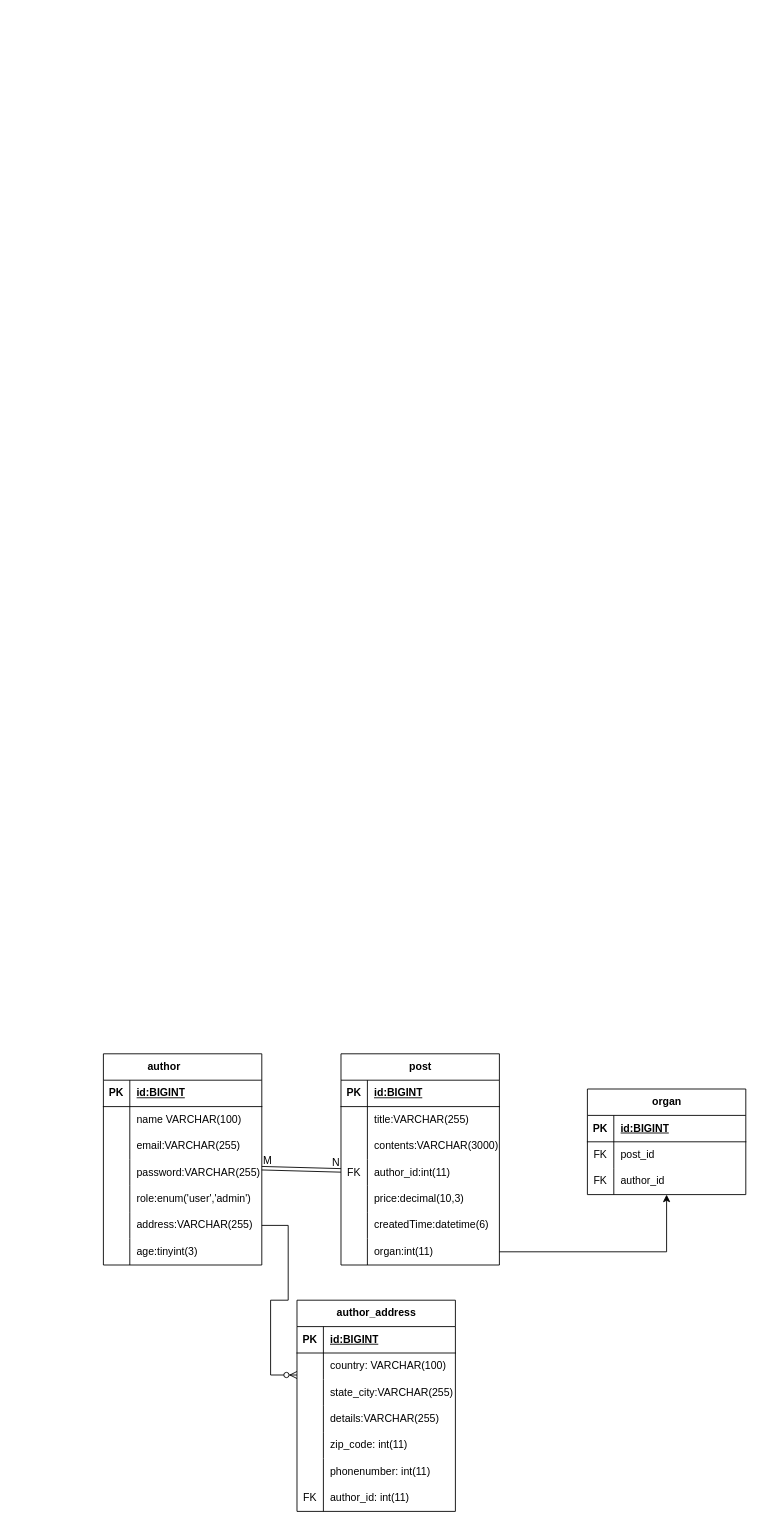
This is basic/erd_board2.drawio from Kimjongwon1/mariaDB_syntax, a draw.io file, before an edit. Source tidied: cells renumbered, new cells numbered last; positions are measured from the earlier drawing's top-left corner, leaving out a move shared by most shapes. Both pictures are drawn from the tidied source at 88%, with x=0, y=0 at pixel (103, 1053).
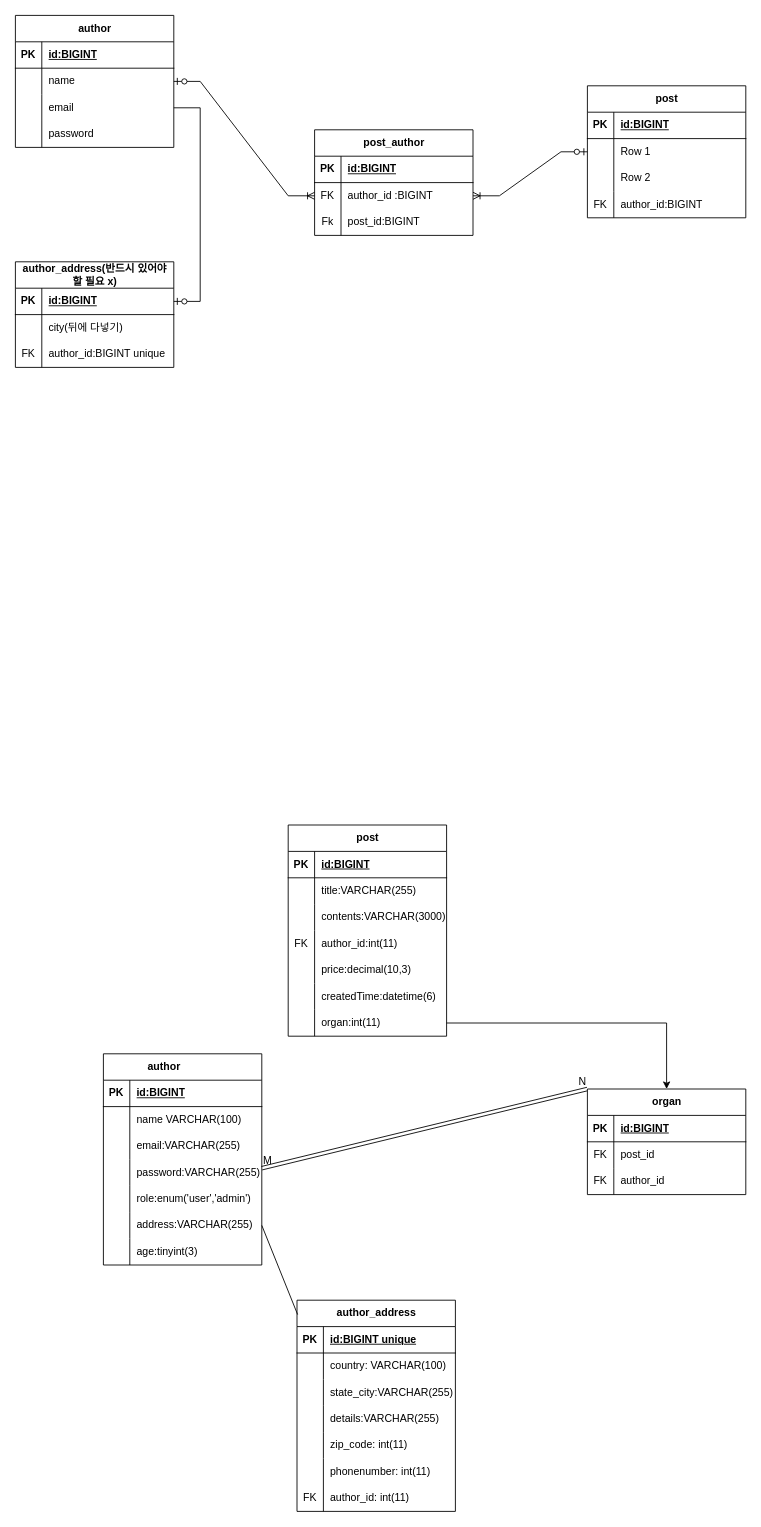
The same diagram, later.

Unchanged cells that the change refers to:
```xml
<mxCell id="18" style="shape=tableRow;horizontal=0;startSize=0;swimlaneHead=0;swimlaneBody=0;fillColor=none;points=[[0,0.5],[1,0.5]];portConstraint=eastwest;top=0;left=0;right=0;bottom=0;" parent="2" vertex="1">
  <mxGeometry y="180" width="180" height="30" as="geometry" />
</mxCell>
<mxCell id="34" style="shape=tableRow;horizontal=0;startSize=0;swimlaneHead=0;swimlaneBody=0;fillColor=none;points=[[0,0.5],[1,0.5]];portConstraint=eastwest;top=0;left=0;right=0;bottom=0;" parent="24" vertex="1">
  <mxGeometry y="120" width="180" height="30" as="geometry" />
</mxCell>
<mxCell id="46" value="author_address" style="shape=table;startSize=30;childLayout=tableLayout;rowLines=0;fontStyle=1;align=center;html=1;" parent="1" vertex="1">
  <mxGeometry x="220" y="280" width="180" height="240" as="geometry" />
</mxCell>
<mxCell id="47" style="shape=tableRow;horizontal=0;startSize=0;swimlaneHead=0;swimlaneBody=0;fillColor=none;top=0;left=0;right=0;bottom=1;" parent="46" vertex="1">
  <mxGeometry y="30" width="180" height="30" as="geometry" />
</mxCell>
<mxCell id="73" value="organ" style="shape=table;startSize=30;childLayout=tableLayout;rowLines=0;fontStyle=1;align=center;html=1;" parent="1" vertex="1">
  <mxGeometry x="550" y="40" width="180" height="120" as="geometry" />
</mxCell>
```

What changed in the source:
```diff
@@
     <mxCell id="24" value="post" style="shape=table;startSize=30;childLayout=tableLayout;rowLines=0;fontStyle=1;align=center;html=1;" parent="1" vertex="1">
-      <mxGeometry x="270" width="180" height="240" as="geometry" />
+      <mxGeometry x="210" y="-260" width="180" height="240" as="geometry" />
     </mxCell>
@@
-    <mxCell id="49" value="id:BIGINT" style="shape=partialRectangle;fillColor=none;top=0;left=0;bottom=0;right=0;align=left;spacingLeft=6;fontStyle=5;overflow=hidden;whiteSpace=wrap;html=1;" parent="47" vertex="1">
+    <mxCell id="49" value="id:BIGINT unique" style="shape=partialRectangle;fillColor=none;top=0;left=0;bottom=0;right=0;align=left;spacingLeft=6;fontStyle=5;overflow=hidden;whiteSpace=wrap;html=1;" parent="47" vertex="1">
       <mxGeometry x="30" width="150" height="30" as="geometry" />
     </mxCell>
@@
-    <mxCell id="68" style="edgeStyle=entityRelationEdgeStyle;fontSize=12;html=1;endArrow=ERzeroToMany;endFill=1;rounded=0;exitX=1;exitY=0.5;exitDx=0;exitDy=0;" parent="1" edge="1" source="18">
-      <mxGeometry relative="1" as="geometry">
-        <mxPoint x="220" y="365" as="targetPoint" />
-      </mxGeometry>
-    </mxCell>
-    <mxCell id="69" style="shape=link;html=1;rounded=0;" parent="1" edge="1" target="34">
+    <mxCell id="69" style="shape=link;html=1;rounded=0;entryX=0;entryY=0;entryDx=0;entryDy=0;" parent="1" edge="1" target="73">
       <mxGeometry relative="1" as="geometry">
         <mxPoint x="180" y="130" as="sourcePoint" />
       </mxGeometry>
     </mxCell>
@@
+    <mxCell id="83" style="endArrow=none;html=1;rounded=0;exitX=1;exitY=0.5;exitDx=0;exitDy=0;entryX=0.004;entryY=0.068;entryDx=0;entryDy=0;entryPerimeter=0;" parent="1" edge="1" source="18" target="46">
+      <mxGeometry relative="1" as="geometry" />
+    </mxCell>
+    <mxCell id="84" value="author" style="shape=table;startSize=30;childLayout=tableLayout;rowLines=0;fontStyle=1;align=center;html=1;" parent="1" vertex="1">
+      <mxGeometry x="-100" y="-1180" width="180" height="150" as="geometry" />
+    </mxCell>
+    <mxCell id="85" style="shape=tableRow;horizontal=0;startSize=0;swimlaneHead=0;swimlaneBody=0;fillColor=none;top=0;left=0;right=0;bottom=1;" parent="84" vertex="1">
+      <mxGeometry y="30" width="180" height="30" as="geometry" />
+    </mxCell>
+    <mxCell id="86" value="PK" style="shape=partialRectangle;fillColor=none;top=0;left=0;bottom=0;right=0;fontStyle=1;overflow=hidden;whiteSpace=wrap;html=1;" parent="85" vertex="1">
+      <mxGeometry width="30" height="30" as="geometry" />
+    </mxCell>
+    <mxCell id="87" value="id:BIGINT" style="shape=partialRectangle;fillColor=none;top=0;left=0;bottom=0;right=0;align=left;spacingLeft=6;fontStyle=5;overflow=hidden;whiteSpace=wrap;html=1;" parent="85" vertex="1">
+      <mxGeometry x="30" width="150" height="30" as="geometry" />
+    </mxCell>
+    <mxCell id="88" style="shape=tableRow;horizontal=0;startSize=0;swimlaneHead=0;swimlaneBody=0;fillColor=none;points=[[0,0.5],[1,0.5]];portConstraint=eastwest;top=0;left=0;right=0;bottom=0;" parent="84" vertex="1">
+      <mxGeometry y="60" width="180" height="30" as="geometry" />
+    </mxCell>
+    <mxCell id="89" style="shape=partialRectangle;fillColor=none;top=0;left=0;bottom=0;right=0;overflow=hidden;whiteSpace=wrap;html=1;" parent="88" vertex="1">
+      <mxGeometry width="30" height="30" as="geometry" />
+    </mxCell>
+    <mxCell id="90" value="name" style="shape=partialRectangle;fillColor=none;top=0;left=0;bottom=0;right=0;align=left;spacingLeft=6;overflow=hidden;whiteSpace=wrap;html=1;" parent="88" vertex="1">
+      <mxGeometry x="30" width="150" height="30" as="geometry" />
+    </mxCell>
+    <mxCell id="91" style="shape=tableRow;horizontal=0;startSize=0;swimlaneHead=0;swimlaneBody=0;fillColor=none;points=[[0,0.5],[1,0.5]];portConstraint=eastwest;top=0;left=0;right=0;bottom=0;" parent="84" vertex="1">
+      <mxGeometry y="90" width="180" height="30" as="geometry" />
+    </mxCell>
+    <mxCell id="92" style="shape=partialRectangle;fillColor=none;top=0;left=0;bottom=0;right=0;overflow=hidden;whiteSpace=wrap;html=1;" parent="91" vertex="1">
+      <mxGeometry width="30" height="30" as="geometry" />
+    </mxCell>
+    <mxCell id="93" value="email" style="shape=partialRectangle;fillColor=none;top=0;left=0;bottom=0;right=0;align=left;spacingLeft=6;overflow=hidden;whiteSpace=wrap;html=1;" parent="91" vertex="1">
+      <mxGeometry x="30" width="150" height="30" as="geometry" />
+    </mxCell>
+    <mxCell id="94" style="shape=tableRow;horizontal=0;startSize=0;swimlaneHead=0;swimlaneBody=0;fillColor=none;top=0;left=0;right=0;bottom=0;" parent="84" vertex="1">
+      <mxGeometry y="120" width="180" height="30" as="geometry" />
+    </mxCell>
+    <mxCell id="95" style="shape=partialRectangle;fillColor=none;top=0;left=0;bottom=0;right=0;overflow=hidden;whiteSpace=wrap;html=1;" parent="94" vertex="1">
+      <mxGeometry width="30" height="30" as="geometry" />
+    </mxCell>
+    <mxCell id="96" value="password" style="shape=partialRectangle;fillColor=none;top=0;left=0;bottom=0;right=0;align=left;spacingLeft=6;overflow=hidden;whiteSpace=wrap;html=1;" parent="94" vertex="1">
+      <mxGeometry x="30" width="150" height="30" as="geometry" />
+    </mxCell>
+    <mxCell id="97" value="post" style="shape=table;startSize=30;childLayout=tableLayout;rowLines=0;fontStyle=1;align=center;html=1;" parent="1" vertex="1">
+      <mxGeometry x="550" y="-1100" width="180" height="150" as="geometry" />
+    </mxCell>
+    <mxCell id="98" style="shape=tableRow;horizontal=0;startSize=0;swimlaneHead=0;swimlaneBody=0;fillColor=none;top=0;left=0;right=0;bottom=1;" parent="97" vertex="1">
+      <mxGeometry y="30" width="180" height="30" as="geometry" />
+    </mxCell>
+    <mxCell id="99" value="PK" style="shape=partialRectangle;fillColor=none;top=0;left=0;bottom=0;right=0;fontStyle=1;overflow=hidden;whiteSpace=wrap;html=1;" parent="98" vertex="1">
+      <mxGeometry width="30" height="30" as="geometry" />
+    </mxCell>
+    <mxCell id="100" value="id:BIGINT" style="shape=partialRectangle;fillColor=none;top=0;left=0;bottom=0;right=0;align=left;spacingLeft=6;fontStyle=5;overflow=hidden;whiteSpace=wrap;html=1;" parent="98" vertex="1">
+      <mxGeometry x="30" width="150" height="30" as="geometry" />
+    </mxCell>
+    <mxCell id="101" style="shape=tableRow;horizontal=0;startSize=0;swimlaneHead=0;swimlaneBody=0;fillColor=none;points=[[0,0.5],[1,0.5]];portConstraint=eastwest;top=0;left=0;right=0;bottom=0;" parent="97" vertex="1">
+      <mxGeometry y="60" width="180" height="30" as="geometry" />
+    </mxCell>
+    <mxCell id="102" style="shape=partialRectangle;fillColor=none;top=0;left=0;bottom=0;right=0;overflow=hidden;whiteSpace=wrap;html=1;" parent="101" vertex="1">
+      <mxGeometry width="30" height="30" as="geometry" />
+    </mxCell>
+    <mxCell id="103" value="Row 1" style="shape=partialRectangle;fillColor=none;top=0;left=0;bottom=0;right=0;align=left;spacingLeft=6;overflow=hidden;whiteSpace=wrap;html=1;" parent="101" vertex="1">
+      <mxGeometry x="30" width="150" height="30" as="geometry" />
+    </mxCell>
+    <mxCell id="104" style="shape=tableRow;horizontal=0;startSize=0;swimlaneHead=0;swimlaneBody=0;fillColor=none;top=0;left=0;right=0;bottom=0;" parent="97" vertex="1">
+      <mxGeometry y="90" width="180" height="30" as="geometry" />
+    </mxCell>
+    <mxCell id="105" style="shape=partialRectangle;fillColor=none;top=0;left=0;bottom=0;right=0;overflow=hidden;whiteSpace=wrap;html=1;" parent="104" vertex="1">
+      <mxGeometry width="30" height="30" as="geometry" />
+    </mxCell>
+    <mxCell id="106" value="Row 2" style="shape=partialRectangle;fillColor=none;top=0;left=0;bottom=0;right=0;align=left;spacingLeft=6;overflow=hidden;whiteSpace=wrap;html=1;" parent="104" vertex="1">
+      <mxGeometry x="30" width="150" height="30" as="geometry" />
+    </mxCell>
+    <mxCell id="107" style="shape=tableRow;horizontal=0;startSize=0;swimlaneHead=0;swimlaneBody=0;fillColor=none;top=0;left=0;right=0;bottom=0;" parent="97" vertex="1">
+      <mxGeometry y="120" width="180" height="30" as="geometry" />
+    </mxCell>
+    <mxCell id="108" value="FK" style="shape=partialRectangle;fillColor=none;top=0;left=0;bottom=0;right=0;overflow=hidden;whiteSpace=wrap;html=1;" parent="107" vertex="1">
+      <mxGeometry width="30" height="30" as="geometry" />
+    </mxCell>
+    <mxCell id="109" value="author_id:BIGINT" style="shape=partialRectangle;fillColor=none;top=0;left=0;bottom=0;right=0;align=left;spacingLeft=6;overflow=hidden;whiteSpace=wrap;html=1;" parent="107" vertex="1">
+      <mxGeometry x="30" width="150" height="30" as="geometry" />
+    </mxCell>
+    <mxCell id="110" value="post_author" style="shape=table;startSize=30;childLayout=tableLayout;rowLines=0;fontStyle=1;align=center;html=1;" parent="1" vertex="1">
+      <mxGeometry x="240" y="-1050" width="180" height="120" as="geometry" />
+    </mxCell>
+    <mxCell id="111" style="shape=tableRow;horizontal=0;startSize=0;swimlaneHead=0;swimlaneBody=0;fillColor=none;top=0;left=0;right=0;bottom=1;" parent="110" vertex="1">
+      <mxGeometry y="30" width="180" height="30" as="geometry" />
+    </mxCell>
+    <mxCell id="112" value="PK" style="shape=partialRectangle;fillColor=none;top=0;left=0;bottom=0;right=0;fontStyle=1;overflow=hidden;whiteSpace=wrap;html=1;" parent="111" vertex="1">
+      <mxGeometry width="30" height="30" as="geometry" />
+    </mxCell>
+    <mxCell id="113" value="id:BIGINT" style="shape=partialRectangle;fillColor=none;top=0;left=0;bottom=0;right=0;align=left;spacingLeft=6;fontStyle=5;overflow=hidden;whiteSpace=wrap;html=1;" parent="111" vertex="1">
+      <mxGeometry x="30" width="150" height="30" as="geometry" />
+    </mxCell>
+    <mxCell id="114" style="shape=tableRow;horizontal=0;startSize=0;swimlaneHead=0;swimlaneBody=0;fillColor=none;points=[[0,0.5],[1,0.5]];portConstraint=eastwest;top=0;left=0;right=0;bottom=0;" parent="110" vertex="1">
+      <mxGeometry y="60" width="180" height="30" as="geometry" />
+    </mxCell>
+    <mxCell id="115" value="FK" style="shape=partialRectangle;fillColor=none;top=0;left=0;bottom=0;right=0;overflow=hidden;whiteSpace=wrap;html=1;" parent="114" vertex="1">
+      <mxGeometry width="30" height="30" as="geometry" />
+    </mxCell>
+    <mxCell id="116" value="author_id :BIGINT" style="shape=partialRectangle;fillColor=none;top=0;left=0;bottom=0;right=0;align=left;spacingLeft=6;overflow=hidden;whiteSpace=wrap;html=1;" parent="114" vertex="1">
+      <mxGeometry x="30" width="150" height="30" as="geometry" />
+    </mxCell>
+    <mxCell id="117" style="shape=tableRow;horizontal=0;startSize=0;swimlaneHead=0;swimlaneBody=0;fillColor=none;top=0;left=0;right=0;bottom=0;" parent="110" vertex="1">
+      <mxGeometry y="90" width="180" height="30" as="geometry" />
+    </mxCell>
+    <mxCell id="118" value="Fk" style="shape=partialRectangle;fillColor=none;top=0;left=0;bottom=0;right=0;overflow=hidden;whiteSpace=wrap;html=1;" parent="117" vertex="1">
+      <mxGeometry width="30" height="30" as="geometry" />
+    </mxCell>
+    <mxCell id="119" value="post_id:BIGINT" style="shape=partialRectangle;fillColor=none;top=0;left=0;bottom=0;right=0;align=left;spacingLeft=6;overflow=hidden;whiteSpace=wrap;html=1;" parent="117" vertex="1">
+      <mxGeometry x="30" width="150" height="30" as="geometry" />
+    </mxCell>
+    <mxCell id="120" style="edgeStyle=entityRelationEdgeStyle;fontSize=12;html=1;endArrow=ERoneToMany;startArrow=ERzeroToOne;rounded=0;entryX=0;entryY=0.5;entryDx=0;entryDy=0;" parent="1" edge="1" source="88" target="114">
+      <mxGeometry relative="1" as="geometry" />
+    </mxCell>
+    <mxCell id="121" style="edgeStyle=entityRelationEdgeStyle;fontSize=12;html=1;endArrow=ERoneToMany;startArrow=ERzeroToOne;rounded=0;entryX=1;entryY=0.5;entryDx=0;entryDy=0;exitX=0;exitY=0.5;exitDx=0;exitDy=0;" parent="1" edge="1" source="101" target="114">
+      <mxGeometry relative="1" as="geometry" />
+    </mxCell>
+    <mxCell id="122" value="author_address(반드시 있어야&lt;br&gt;할 필요 x)" style="shape=table;startSize=30;childLayout=tableLayout;rowLines=0;fontStyle=1;align=center;html=1;" parent="1" vertex="1">
+      <mxGeometry x="-100" y="-900" width="180" height="120" as="geometry" />
+    </mxCell>
+    <mxCell id="123" style="shape=tableRow;horizontal=0;startSize=0;swimlaneHead=0;swimlaneBody=0;fillColor=none;points=[[0,0.5],[1,0.5]];portConstraint=eastwest;top=0;left=0;right=0;bottom=1;" parent="122" vertex="1">
+      <mxGeometry y="30" width="180" height="30" as="geometry" />
+    </mxCell>
+    <mxCell id="124" value="PK" style="shape=partialRectangle;fillColor=none;top=0;left=0;bottom=0;right=0;fontStyle=1;overflow=hidden;whiteSpace=wrap;html=1;" parent="123" vertex="1">
+      <mxGeometry width="30" height="30" as="geometry" />
+    </mxCell>
+    <mxCell id="125" value="id:BIGINT" style="shape=partialRectangle;fillColor=none;top=0;left=0;bottom=0;right=0;align=left;spacingLeft=6;fontStyle=5;overflow=hidden;whiteSpace=wrap;html=1;" parent="123" vertex="1">
+      <mxGeometry x="30" width="150" height="30" as="geometry" />
+    </mxCell>
+    <mxCell id="126" style="shape=tableRow;horizontal=0;startSize=0;swimlaneHead=0;swimlaneBody=0;fillColor=none;top=0;left=0;right=0;bottom=0;" parent="122" vertex="1">
+      <mxGeometry y="60" width="180" height="30" as="geometry" />
+    </mxCell>
+    <mxCell id="127" style="shape=partialRectangle;fillColor=none;top=0;left=0;bottom=0;right=0;overflow=hidden;whiteSpace=wrap;html=1;" parent="126" vertex="1">
+      <mxGeometry width="30" height="30" as="geometry" />
+    </mxCell>
+    <mxCell id="128" value="city(뒤에 다넣기)" style="shape=partialRectangle;fillColor=none;top=0;left=0;bottom=0;right=0;align=left;spacingLeft=6;overflow=hidden;whiteSpace=wrap;html=1;" parent="126" vertex="1">
+      <mxGeometry x="30" width="150" height="30" as="geometry" />
+    </mxCell>
+    <mxCell id="129" style="shape=tableRow;horizontal=0;startSize=0;swimlaneHead=0;swimlaneBody=0;fillColor=none;top=0;left=0;right=0;bottom=0;" parent="122" vertex="1">
+      <mxGeometry y="90" width="180" height="30" as="geometry" />
+    </mxCell>
+    <mxCell id="130" value="FK" style="shape=partialRectangle;fillColor=none;top=0;left=0;bottom=0;right=0;overflow=hidden;whiteSpace=wrap;html=1;" parent="129" vertex="1">
+      <mxGeometry width="30" height="30" as="geometry" />
+    </mxCell>
+    <mxCell id="131" value="author_id:BIGINT unique" style="shape=partialRectangle;fillColor=none;top=0;left=0;bottom=0;right=0;align=left;spacingLeft=6;overflow=hidden;whiteSpace=wrap;html=1;" parent="129" vertex="1">
+      <mxGeometry x="30" width="150" height="30" as="geometry" />
+    </mxCell>
+    <mxCell id="132" style="edgeStyle=entityRelationEdgeStyle;fontSize=12;html=1;endArrow=ERzeroToOne;endFill=1;rounded=0;entryX=1;entryY=0.5;entryDx=0;entryDy=0;" parent="1" edge="1" source="91" target="123">
+      <mxGeometry relative="1" as="geometry" />
+    </mxCell>
```
